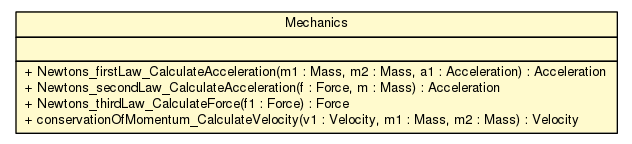
Earlier version of the Graphviz export doc/world/physics/Mechanics.png (sinopeus/asteroids). Its source is kept beside it as doc/world/physics/Mechanics.dot.
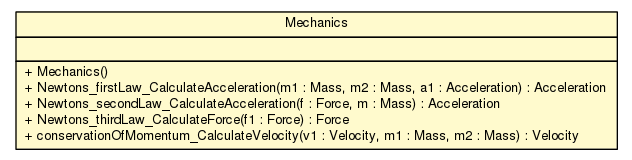
After the commit.

Diff of the diagram source:
```diff
@@ -4,7 +4,7 @@
 	node [fontname="Helvetica",fontsize=10,shape=plaintext];
 	nodesep=0.25;
 	ranksep=0.5;
-	c12398 [label=<<table title="world.physics.Mechanics" border="0" cellborder="1" cellspacing="0" cellpadding="2" port="p" bgcolor="lemonChiffon" href="./Mechanics.html">
+	c12445 [label=<<table title="world.physics.Mechanics" border="0" cellborder="1" cellspacing="0" cellpadding="2" port="p" bgcolor="lemonChiffon" href="./Mechanics.html">
 		<tr><td><table border="0" cellspacing="0" cellpadding="1">
 <tr><td align="center" balign="center"> Mechanics </td></tr>
 		</table></td></tr>
@@ -12,6 +12,7 @@
 <tr><td align="left" balign="left">  </td></tr>
 		</table></td></tr>
 		<tr><td><table border="0" cellspacing="0" cellpadding="1">
+<tr><td align="left" balign="left"> + Mechanics() </td></tr>
 <tr><td align="left" balign="left"> + Newtons_firstLaw_CalculateAcceleration(m1 : Mass, m2 : Mass, a1 : Acceleration) : Acceleration </td></tr>
 <tr><td align="left" balign="left"> + Newtons_secondLaw_CalculateAcceleration(f : Force, m : Mass) : Acceleration </td></tr>
 <tr><td align="left" balign="left"> + Newtons_thirdLaw_CalculateForce(f1 : Force) : Force </td></tr>
```
